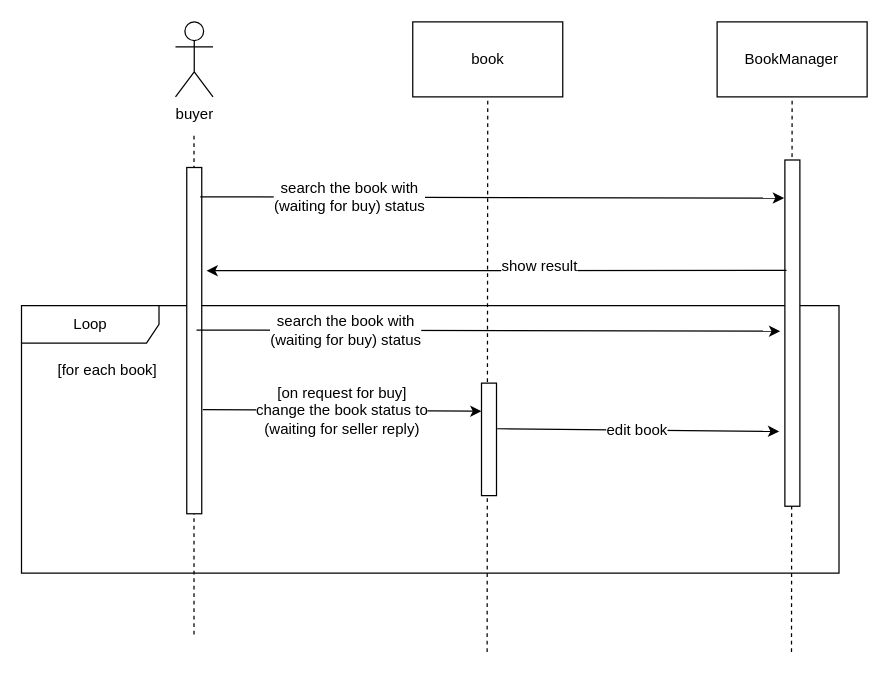
Above: Communication Diagram/communication-diagram-request-for-buy-the-book.drawio in m-bassiri/HamyarApp (draw.io), before the change. Source tidied: cells renumbered, new cells numbered last; positions are measured from the earlier drawing's top-left corner, leaving out a move shared by most shapes. Both pictures are drawn from the tidied source at 125%, with x=0, y=0 at pixel (20, 21).
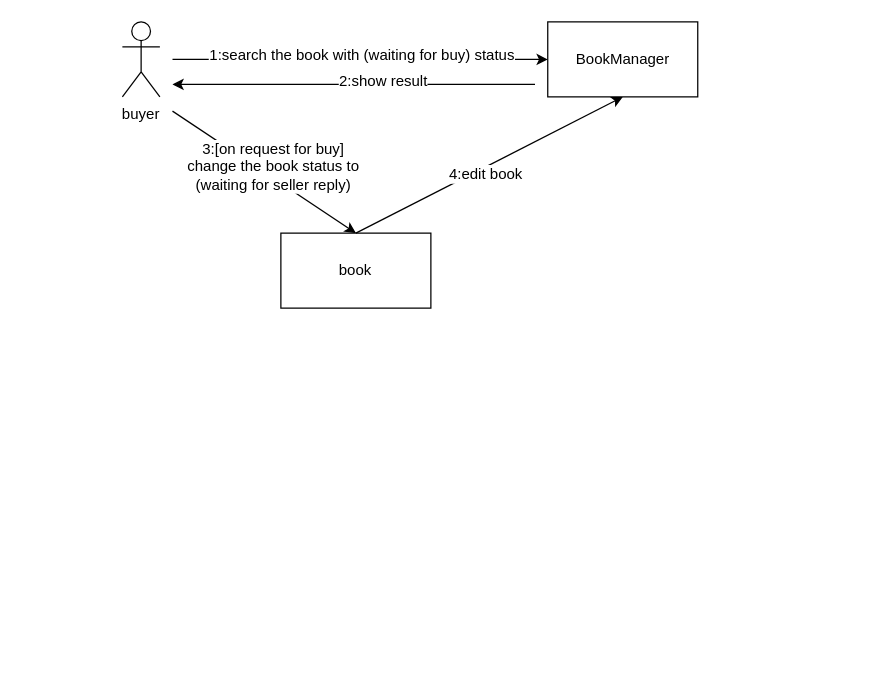
The same page after the edit.

Diff of the diagram source:
```diff
@@
-    <mxCell id="2" value="Loop" style="shape=umlFrame;whiteSpace=wrap;html=1;width=110;height=30;" parent="1" vertex="1">
-      <mxGeometry x="0.7" y="227" width="654" height="214" as="geometry" />
-    </mxCell>
     <mxCell id="3" value="buyer" style="shape=umlActor;verticalLabelPosition=bottom;labelBackgroundColor=#ffffff;verticalAlign=top;html=1;" parent="1" vertex="1">
-      <mxGeometry x="123.9" width="30" height="60" as="geometry" />
+      <mxGeometry x="81.4" width="30" height="60" as="geometry" />
     </mxCell>
-    <mxCell id="4" style="endArrow=none;dashed=1;html=1;" parent="1" edge="1">
-      <mxGeometry relative="1" as="geometry">
-        <mxPoint x="138.7" y="490" as="sourcePoint" />
-        <mxPoint x="138.7" y="90" as="targetPoint" />
-      </mxGeometry>
-    </mxCell>
     <mxCell id="5" value="book" style="rounded=0;whiteSpace=wrap;html=1;" parent="1" vertex="1">
-      <mxGeometry x="313.7" width="120" height="60" as="geometry" />
+      <mxGeometry x="208.2" y="169" width="120" height="60" as="geometry" />
     </mxCell>
-    <mxCell id="6" style="endArrow=none;dashed=1;html=1;entryX=0.5;entryY=1;entryDx=0;entryDy=0;" parent="1" edge="1" target="5">
-      <mxGeometry relative="1" as="geometry">
-        <mxPoint x="373.2" y="504.1" as="sourcePoint" />
-      </mxGeometry>
-    </mxCell>
-    <mxCell id="7" style="rounded=0;whiteSpace=wrap;html=1;rotation=-90;" parent="1" vertex="1">
-      <mxGeometry x="0.4" y="249" width="277" height="12" as="geometry" />
-    </mxCell>
-    <mxCell id="8" style="rounded=0;whiteSpace=wrap;html=1;rotation=-90;" parent="1" vertex="1">
-      <mxGeometry x="329.7" y="328" width="90" height="12" as="geometry" />
-    </mxCell>
     <mxCell id="9" value="BookManager" style="rounded=0;whiteSpace=wrap;html=1;" parent="1" vertex="1">
-      <mxGeometry x="557.2" width="120" height="60" as="geometry" />
+      <mxGeometry x="421.7" width="120" height="60" as="geometry" />
     </mxCell>
-    <mxCell id="10" style="endArrow=none;dashed=1;html=1;entryX=0.5;entryY=1;entryDx=0;entryDy=0;" parent="1" edge="1" target="9">
-      <mxGeometry relative="1" as="geometry">
-        <mxPoint x="616.7" y="504.1" as="sourcePoint" />
-      </mxGeometry>
-    </mxCell>
-    <mxCell id="11" style="rounded=0;whiteSpace=wrap;html=1;rotation=-90;" parent="1" vertex="1">
-      <mxGeometry x="478.9" y="243" width="277" height="12" as="geometry" />
-    </mxCell>
-    <mxCell id="12" style="endArrow=classic;html=1;exitX=0.909;exitY=1.081;exitDx=0;exitDy=0;exitPerimeter=0;entryX=0.89;entryY=-0.056;entryDx=0;entryDy=0;entryPerimeter=0;" parent="1" edge="1" target="11">
+    <mxCell id="12" style="endArrow=classic;html=1;entryX=0;entryY=0.5;entryDx=0;entryDy=0;" parent="1" edge="1" target="9">
       <mxGeometry relative="1" as="geometry">
-        <mxPoint x="143.7" y="140" as="sourcePoint" />
+        <mxPoint x="121.5" y="30" as="sourcePoint" />
       </mxGeometry>
     </mxCell>
-    <mxCell id="13" value="search the book with &lt;br&gt;(waiting for buy)&amp;nbsp;status" style="text;html=1;align=center;verticalAlign=middle;labelBackgroundColor=#ffffff;" parent="12" vertex="1">
+    <mxCell id="13" value="1:search the book with (waiting for buy)&amp;nbsp;status" style="text;html=1;align=center;verticalAlign=middle;labelBackgroundColor=#ffffff;" parent="12" vertex="1">
       <mxGeometry x="-0.12" y="5" relative="1" as="geometry">
-        <mxPoint x="-86" y="4.5" as="offset" />
+        <mxPoint x="19" y="1.5" as="offset" />
       </mxGeometry>
     </mxCell>
-    <mxCell id="14" style="endArrow=classic;html=1;entryX=0.702;entryY=1.319;entryDx=0;entryDy=0;entryPerimeter=0;exitX=0.681;exitY=0.111;exitDx=0;exitDy=0;exitPerimeter=0;" parent="1" edge="1" source="11" target="7">
-      <mxGeometry relative="1" as="geometry" />
+    <mxCell id="14" style="endArrow=classic;html=1;" parent="1" edge="1">
+      <mxGeometry relative="1" as="geometry">
+        <mxPoint x="411.5" y="50" as="sourcePoint" />
+        <mxPoint x="121.5" y="50" as="targetPoint" />
+      </mxGeometry>
     </mxCell>
-    <mxCell id="15" value="show result" style="text;html=1;align=center;verticalAlign=middle;labelBackgroundColor=#ffffff;" parent="14" vertex="1">
+    <mxCell id="15" value="2:show result" style="text;html=1;align=center;verticalAlign=middle;labelBackgroundColor=#ffffff;" parent="14" vertex="1">
       <mxGeometry x="-0.12" y="5" relative="1" as="geometry">
         <mxPoint x="6" y="-8" as="offset" />
       </mxGeometry>
     </mxCell>
-    <mxCell id="16" style="endArrow=classic;html=1;exitX=0.909;exitY=1.081;exitDx=0;exitDy=0;exitPerimeter=0;entryX=0.89;entryY=-0.056;entryDx=0;entryDy=0;entryPerimeter=0;" parent="1" edge="1">
-      <mxGeometry relative="1" as="geometry">
-        <mxPoint x="140.7" y="246.5" as="sourcePoint" />
-        <mxPoint x="607.7" y="247.5" as="targetPoint" />
-      </mxGeometry>
-    </mxCell>
-    <mxCell id="17" value="search the book with &lt;br&gt;(waiting for buy)&amp;nbsp;status" style="text;html=1;align=center;verticalAlign=middle;labelBackgroundColor=#ffffff;" parent="16" vertex="1">
-      <mxGeometry x="-0.12" y="5" relative="1" as="geometry">
-        <mxPoint x="-86" y="4.5" as="offset" />
-      </mxGeometry>
-    </mxCell>
-    <mxCell id="18" value="[for each book]" style="text;html=1;align=left;verticalAlign=top;spacingTop=-4;" parent="1" vertex="1">
-      <mxGeometry x="27.7" y="269" width="90" height="20" as="geometry" />
-    </mxCell>
-    <mxCell id="19" style="endArrow=classic;html=1;entryX=0.75;entryY=0;entryDx=0;entryDy=0;exitX=0.301;exitY=1.069;exitDx=0;exitDy=0;exitPerimeter=0;" parent="1" edge="1" source="7" target="8">
-      <mxGeometry relative="1" as="geometry" />
+    <mxCell id="19" style="endArrow=classic;html=1;entryX=0.5;entryY=0;entryDx=0;entryDy=0;" parent="1" edge="1" target="5">
+      <mxGeometry relative="1" as="geometry">
+        <mxPoint x="121.5" y="71.4" as="sourcePoint" />
+      </mxGeometry>
     </mxCell>
-    <mxCell id="20" value="[on request for buy]&lt;br&gt;change the book status to&lt;br&gt;(waiting for seller reply)&lt;br&gt;" style="text;html=1;align=center;verticalAlign=middle;labelBackgroundColor=#ffffff;" parent="19" vertex="1">
+    <mxCell id="20" value="3:[on request for buy]&lt;br&gt;change the book status to&lt;br&gt;(waiting for seller reply)&lt;br&gt;" style="text;html=1;align=center;verticalAlign=middle;labelBackgroundColor=#ffffff;" parent="19" vertex="1">
       <mxGeometry x="-0.12" y="5" relative="1" as="geometry">
         <mxPoint x="12.5" y="5" as="offset" />
       </mxGeometry>
     </mxCell>
-    <mxCell id="21" style="endArrow=classic;html=1;entryX=0.216;entryY=-0.377;entryDx=0;entryDy=0;entryPerimeter=0;" parent="1" edge="1" target="11">
-      <mxGeometry relative="1" as="geometry">
-        <mxPoint x="381.2" y="325.5" as="sourcePoint" />
-      </mxGeometry>
+    <mxCell id="21" style="endArrow=classic;html=1;entryX=0.5;entryY=1;entryDx=0;entryDy=0;exitX=0.5;exitY=0;exitDx=0;exitDy=0;" parent="1" edge="1" source="5" target="9">
+      <mxGeometry relative="1" as="geometry" />
     </mxCell>
-    <mxCell id="22" value="edit book&lt;br&gt;" style="text;html=1;align=center;verticalAlign=middle;labelBackgroundColor=#ffffff;" parent="21" vertex="1">
+    <mxCell id="22" value="4:edit book&lt;br&gt;" style="text;html=1;align=center;verticalAlign=middle;labelBackgroundColor=#ffffff;" parent="21" vertex="1">
       <mxGeometry x="-0.12" y="5" relative="1" as="geometry">
         <mxPoint x="12.5" y="5" as="offset" />
       </mxGeometry>
     </mxCell>
```
